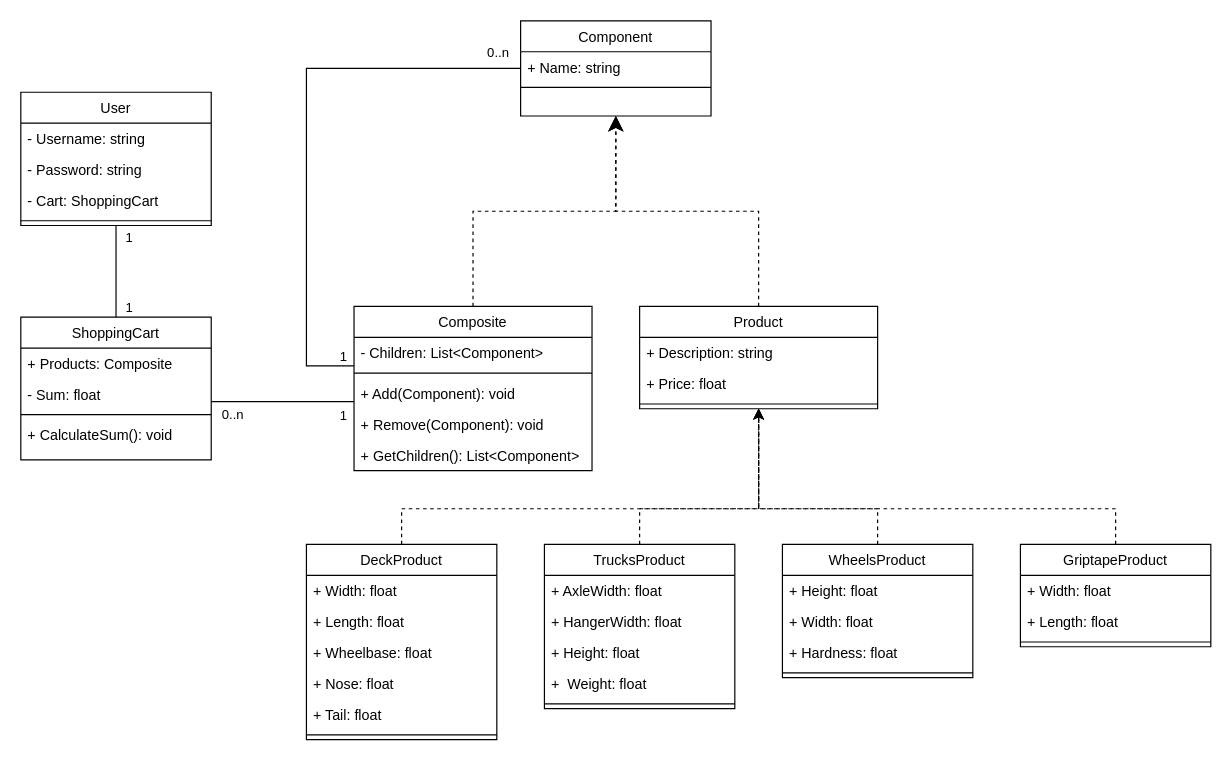
Before: planning/ClassDiagram.drawio in noserronnie/skateshop, a draw.io diagram. Source tidied: cells renumbered, new cells numbered last; positions are measured from the earlier drawing's top-left corner, leaving out a move shared by most shapes. Both pictures are drawn from the tidied source at 119%, with x=0, y=0 at pixel (20, 20).
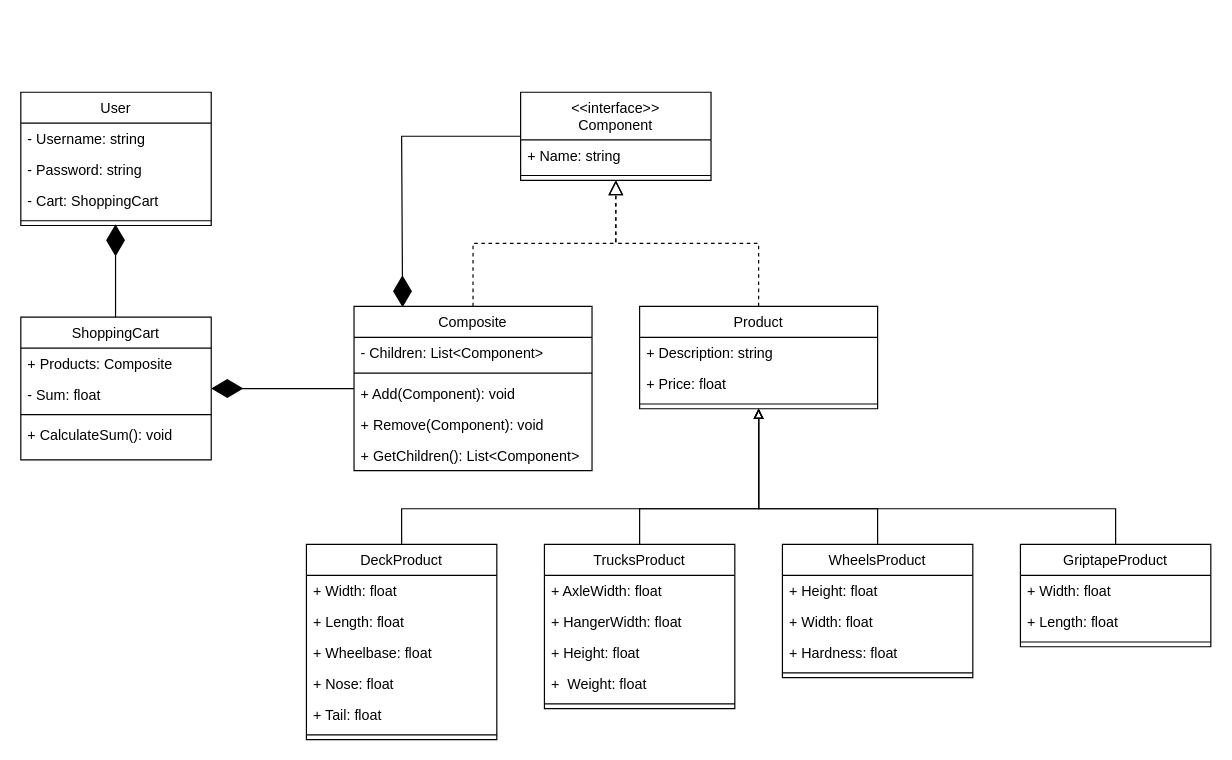
The same diagram, later.

Commit message (it also covers changes not shown here):
Updated Class Diagram

Unchanged cells that the change refers to:
```xml
<mxCell id="8" value="Composite" style="swimlane;fontStyle=0;align=center;verticalAlign=top;horizontal=1;startSize=26;rounded=0;shadow=0;strokeWidth=1;" parent="1" vertex="1">
  <mxGeometry x="280" y="240" width="200" height="138" as="geometry" />
</mxCell>
<mxCell id="19" value="ShoppingCart" style="swimlane;fontStyle=0;align=center;verticalAlign=top;horizontal=1;startSize=26;rounded=0;shadow=0;strokeWidth=1;" parent="1" vertex="1">
  <mxGeometry y="249" width="160" height="120" as="geometry" />
</mxCell>
<mxCell id="24" value="Product" style="swimlane;fontStyle=0;align=center;verticalAlign=top;horizontal=1;startSize=26;rounded=0;shadow=0;strokeWidth=1;" parent="1" vertex="1">
  <mxGeometry x="520" y="240" width="200" height="86" as="geometry" />
</mxCell>
<mxCell id="29" value="DeckProduct" style="swimlane;fontStyle=0;align=center;verticalAlign=top;horizontal=1;startSize=26;rounded=0;shadow=0;strokeWidth=1;" parent="1" vertex="1">
  <mxGeometry x="240" y="440" width="160" height="164" as="geometry" />
</mxCell>
<mxCell id="37" value="TrucksProduct" style="swimlane;fontStyle=0;align=center;verticalAlign=top;horizontal=1;startSize=26;rounded=0;shadow=0;strokeWidth=1;" parent="1" vertex="1">
  <mxGeometry x="440" y="440" width="160" height="138" as="geometry" />
</mxCell>
<mxCell id="44" value="WheelsProduct" style="swimlane;fontStyle=0;align=center;verticalAlign=top;horizontal=1;startSize=26;rounded=0;shadow=0;strokeWidth=1;" parent="1" vertex="1">
  <mxGeometry x="640" y="440" width="160" height="112" as="geometry" />
</mxCell>
<mxCell id="50" value="GriptapeProduct" style="swimlane;fontStyle=0;align=center;verticalAlign=top;horizontal=1;startSize=26;rounded=0;shadow=0;strokeWidth=1;" parent="1" vertex="1">
  <mxGeometry x="840" y="440" width="160" height="86" as="geometry" />
</mxCell>
<mxCell id="57" value="User" style="swimlane;fontStyle=0;align=center;verticalAlign=top;horizontal=1;startSize=26;rounded=0;shadow=0;strokeWidth=1;" parent="1" vertex="1">
  <mxGeometry y="60" width="160" height="112" as="geometry" />
</mxCell>
```

Diff of the diagram source:
```diff
@@
-    <mxCell id="2" value="Component" style="swimlane;fontStyle=0;align=center;verticalAlign=top;horizontal=1;startSize=26;rounded=0;shadow=0;strokeWidth=1;" parent="1" vertex="1">
-      <mxGeometry x="420" width="160" height="80" as="geometry" />
+    <mxCell id="2" value="&lt;&lt;interface&gt;&gt;&#10;Component" style="swimlane;fontStyle=0;align=center;verticalAlign=top;horizontal=1;startSize=40;rounded=0;shadow=0;strokeWidth=1;" parent="1" vertex="1">
+      <mxGeometry x="420" y="60" width="160" height="74" as="geometry" />
     </mxCell>
     <mxCell id="3" value="+ Name: string" style="text;align=left;verticalAlign=top;spacingLeft=4;spacingRight=4;overflow=hidden;" parent="2" vertex="1">
-      <mxGeometry y="26" width="160" height="26" as="geometry" />
+      <mxGeometry y="40" width="160" height="26" as="geometry" />
     </mxCell>
     <mxCell id="4" style="line;html=1;strokeWidth=1;align=left;verticalAlign=middle;spacingTop=-1;spacingLeft=3;spacingRight=3;labelPosition=right;" parent="2" vertex="1">
-      <mxGeometry y="52" width="160" height="8" as="geometry" />
+      <mxGeometry y="66" width="160" height="8" as="geometry" />
     </mxCell>
-    <mxCell id="5" style="edgeStyle=orthogonalEdgeStyle;rounded=0;jettySize=auto;html=1;endArrow=none;endFill=0;startArrow=none;startFill=0;" parent="1" edge="1" source="8" target="2">
-      <mxGeometry relative="1" as="geometry">
-        <Array as="points">
-          <mxPoint x="240" y="290" />
-          <mxPoint x="240" y="40" />
-        </Array>
-      </mxGeometry>
-    </mxCell>
-    <mxCell id="6" value="0..n" style="edgeLabel;html=1;align=center;verticalAlign=middle;" parent="5" vertex="1">
-      <mxGeometry x="0.91" y="3" relative="1" as="geometry">
-        <mxPoint x="1" y="-11" as="offset" />
-      </mxGeometry>
-    </mxCell>
-    <mxCell id="7" value="1" style="edgeLabel;html=1;align=center;verticalAlign=middle;" parent="5" vertex="1">
-      <mxGeometry x="-0.87" y="2" relative="1" as="geometry">
-        <mxPoint x="21" y="-11" as="offset" />
-      </mxGeometry>
-    </mxCell>
@@
-    <mxCell id="14" style="endArrow=classic;endSize=10;endFill=1;shadow=0;strokeWidth=1;rounded=0;edgeStyle=elbowEdgeStyle;elbow=vertical;dashed=1;" parent="1" edge="1" source="8" target="2">
+    <mxCell id="14" style="endArrow=block;endSize=10;endFill=0;shadow=0;strokeWidth=1;rounded=0;edgeStyle=elbowEdgeStyle;elbow=vertical;dashed=1;" parent="1" edge="1" source="8" target="2">
       <mxGeometry relative="1" as="geometry" />
     </mxCell>
-    <mxCell id="15" style="endArrow=classic;endSize=10;endFill=1;shadow=0;strokeWidth=1;rounded=0;edgeStyle=elbowEdgeStyle;elbow=vertical;dashed=1;exitX=0.5;exitY=0;exitDx=0;exitDy=0;" parent="1" edge="1" source="24" target="2">
+    <mxCell id="15" style="endArrow=block;endSize=10;endFill=0;shadow=0;strokeWidth=1;rounded=0;edgeStyle=elbowEdgeStyle;elbow=vertical;exitX=0.5;exitY=0;exitDx=0;exitDy=0;dashed=1;" parent="1" edge="1" source="24" target="2">
       <mxGeometry relative="1" as="geometry" />
     </mxCell>
-    <mxCell id="16" style="edgeStyle=orthogonalEdgeStyle;rounded=0;jettySize=auto;html=1;startArrow=none;startFill=0;endArrow=none;endFill=0;" parent="1" edge="1" source="19" target="8">
-      <mxGeometry relative="1" as="geometry">
-        <Array as="points">
-          <mxPoint x="220" y="320" />
-          <mxPoint x="220" y="320" />
-        </Array>
-      </mxGeometry>
-    </mxCell>
-    <mxCell id="17" value="1" style="edgeLabel;html=1;align=center;verticalAlign=middle;" parent="16" vertex="1">
-      <mxGeometry x="0.7" y="-1" relative="1" as="geometry">
-        <mxPoint x="8" y="10" as="offset" />
-      </mxGeometry>
-    </mxCell>
-    <mxCell id="18" value="0..n" style="edgeLabel;html=1;align=center;verticalAlign=middle;" parent="16" vertex="1">
-      <mxGeometry x="-0.72" y="-1" relative="1" as="geometry">
-        <mxPoint y="9" as="offset" />
-      </mxGeometry>
-    </mxCell>
@@
-    <mxCell id="28" style="edgeStyle=orthogonalEdgeStyle;rounded=0;jettySize=auto;html=1;dashed=1;endArrow=classic;endFill=1;" parent="1" edge="1" source="29" target="24">
+    <mxCell id="28" style="edgeStyle=orthogonalEdgeStyle;rounded=0;jettySize=auto;html=1;endArrow=block;endFill=0;" parent="1" edge="1" source="29" target="24">
       <mxGeometry relative="1" as="geometry">
         <Array as="points">
           <mxPoint x="320" y="410" />
           <mxPoint x="620" y="410" />
         </Array>
       </mxGeometry>
     </mxCell>
@@
-    <mxCell id="36" style="edgeStyle=orthogonalEdgeStyle;rounded=0;jettySize=auto;html=1;dashed=1;endArrow=classic;endFill=1;" parent="1" edge="1" source="37" target="24">
+    <mxCell id="36" style="edgeStyle=orthogonalEdgeStyle;rounded=0;jettySize=auto;html=1;endArrow=block;endFill=0;" parent="1" edge="1" source="37" target="24">
       <mxGeometry relative="1" as="geometry">
         <Array as="points">
           <mxPoint x="520" y="410" />
           <mxPoint x="620" y="410" />
         </Array>
       </mxGeometry>
     </mxCell>
@@
-    <mxCell id="43" style="edgeStyle=orthogonalEdgeStyle;rounded=0;jettySize=auto;html=1;dashed=1;endArrow=classic;endFill=1;" parent="1" edge="1" source="44" target="24">
+    <mxCell id="43" style="edgeStyle=orthogonalEdgeStyle;rounded=0;jettySize=auto;html=1;endArrow=block;endFill=0;" parent="1" edge="1" source="44" target="24">
       <mxGeometry relative="1" as="geometry">
         <Array as="points">
           <mxPoint x="720" y="410" />
           <mxPoint x="620" y="410" />
         </Array>
       </mxGeometry>
     </mxCell>
@@
-    <mxCell id="49" style="edgeStyle=orthogonalEdgeStyle;rounded=0;jettySize=auto;html=1;dashed=1;endArrow=classic;endFill=1;" parent="1" edge="1" source="50" target="24">
+    <mxCell id="49" style="edgeStyle=orthogonalEdgeStyle;rounded=0;jettySize=auto;html=1;endArrow=block;endFill=0;" parent="1" edge="1" source="50" target="24">
       <mxGeometry relative="1" as="geometry">
         <Array as="points">
           <mxPoint x="920" y="410" />
           <mxPoint x="620" y="410" />
         </Array>
       </mxGeometry>
     </mxCell>
@@
-    <mxCell id="54" style="edgeStyle=orthogonalEdgeStyle;rounded=0;jettySize=auto;html=1;startArrow=none;startFill=0;endArrow=none;endFill=0;" parent="1" edge="1" source="57" target="19">
-      <mxGeometry relative="1" as="geometry" />
-    </mxCell>
-    <mxCell id="55" value="1" style="edgeLabel;html=1;align=center;verticalAlign=middle;" parent="54" vertex="1">
-      <mxGeometry x="0.71" y="-2" relative="1" as="geometry">
-        <mxPoint x="12" y="2" as="offset" />
-      </mxGeometry>
-    </mxCell>
-    <mxCell id="56" value="1" style="edgeLabel;html=1;align=center;verticalAlign=middle;" parent="54" vertex="1">
-      <mxGeometry x="-0.76" y="-1" relative="1" as="geometry">
-        <mxPoint x="11" as="offset" />
-      </mxGeometry>
-    </mxCell>
@@
+    <mxCell id="62" style="endArrow=diamondThin;endFill=1;endSize=24;html=1;rounded=0;" parent="1" edge="1">
+      <mxGeometry relative="1" as="geometry">
+        <mxPoint x="79.6" y="249" as="sourcePoint" />
+        <mxPoint x="79.6" y="171" as="targetPoint" />
+      </mxGeometry>
+    </mxCell>
+    <mxCell id="63" style="endArrow=diamondThin;endFill=1;endSize=24;html=1;rounded=0;" parent="1" edge="1" source="8" target="19">
+      <mxGeometry relative="1" as="geometry" />
+    </mxCell>
+    <mxCell id="64" style="endArrow=diamondThin;endFill=1;endSize=24;html=1;rounded=0;entryX=0.204;entryY=0.005;entryDx=0;entryDy=0;entryPerimeter=0;" parent="1" edge="1" source="2" target="8">
+      <mxGeometry relative="1" as="geometry">
+        <Array as="points">
+          <mxPoint x="320" y="97" />
+        </Array>
+      </mxGeometry>
+    </mxCell>
```
